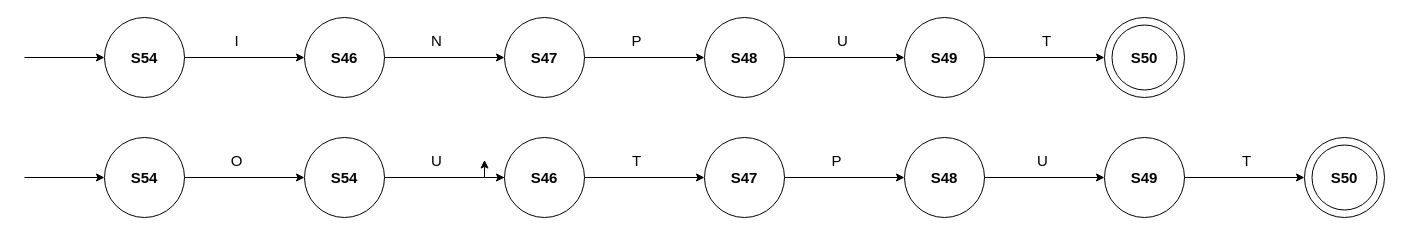
Before: i/oWords.drawio in MonaJea-Ng/Projects, a draw.io diagram. Source tidied: cells renumbered, new cells numbered last; positions are measured from the earlier drawing's top-left corner, leaving out a move shared by most shapes. Both pictures are drawn from the tidied source at 100%, with x=0, y=0 at pixel (24, 17).
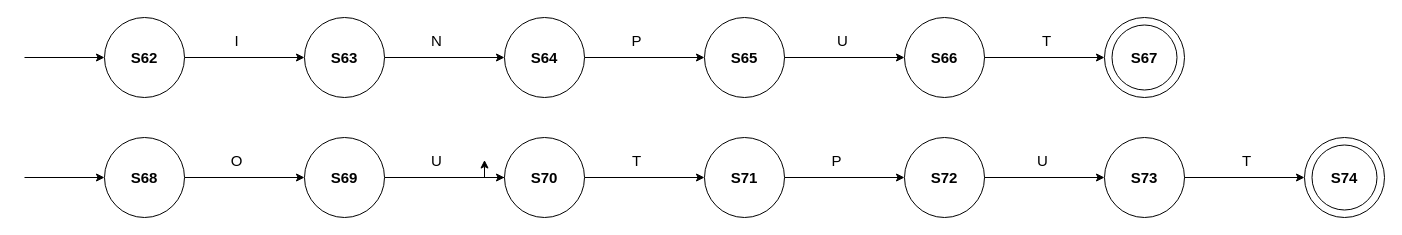
Above is the later version.

Diff of the diagram source:
```diff
@@
-    <mxCell id="6" value="&lt;b style=&quot;font-size: 15px;&quot;&gt;S48&lt;/b&gt;" style="text;html=1;strokeColor=none;fillColor=none;align=center;verticalAlign=middle;whiteSpace=wrap;rounded=0;fontSize=15;" parent="1" vertex="1">
+    <mxCell id="6" value="&lt;b style=&quot;font-size: 15px;&quot;&gt;S65&lt;/b&gt;" style="text;html=1;strokeColor=none;fillColor=none;align=center;verticalAlign=middle;whiteSpace=wrap;rounded=0;fontSize=15;" parent="1" vertex="1">
       <mxGeometry x="690" y="25" width="60" height="30" as="geometry" />
     </mxCell>
-    <mxCell id="7" value="&lt;b&gt;&lt;font style=&quot;font-size: 15px;&quot;&gt;S49&lt;/font&gt;&lt;/b&gt;" style="text;html=1;strokeColor=none;fillColor=none;align=center;verticalAlign=middle;whiteSpace=wrap;rounded=0;" parent="1" vertex="1">
+    <mxCell id="7" value="&lt;b&gt;&lt;font style=&quot;font-size: 15px;&quot;&gt;S66&lt;/font&gt;&lt;/b&gt;" style="text;html=1;strokeColor=none;fillColor=none;align=center;verticalAlign=middle;whiteSpace=wrap;rounded=0;" parent="1" vertex="1">
       <mxGeometry x="890" y="25" width="60" height="30" as="geometry" />
     </mxCell>
@@
-    <mxCell id="12" value="&lt;b&gt;&lt;font style=&quot;font-size: 15px;&quot;&gt;S50&lt;/font&gt;&lt;/b&gt;" style="text;html=1;strokeColor=none;fillColor=none;align=center;verticalAlign=middle;whiteSpace=wrap;rounded=0;" parent="1" vertex="1">
+    <mxCell id="12" value="&lt;b&gt;&lt;font style=&quot;font-size: 15px;&quot;&gt;S67&lt;/font&gt;&lt;/b&gt;" style="text;html=1;strokeColor=none;fillColor=none;align=center;verticalAlign=middle;whiteSpace=wrap;rounded=0;" parent="1" vertex="1">
       <mxGeometry x="1090" y="25" width="60" height="30" as="geometry" />
     </mxCell>
@@
-    <mxCell id="16" value="&lt;b style=&quot;font-size: 15px;&quot;&gt;S47&lt;/b&gt;" style="text;html=1;strokeColor=none;fillColor=none;align=center;verticalAlign=middle;whiteSpace=wrap;rounded=0;fontSize=15;" parent="1" vertex="1">
+    <mxCell id="16" value="&lt;b style=&quot;font-size: 15px;&quot;&gt;S64&lt;/b&gt;" style="text;html=1;strokeColor=none;fillColor=none;align=center;verticalAlign=middle;whiteSpace=wrap;rounded=0;fontSize=15;" parent="1" vertex="1">
       <mxGeometry x="490" y="25" width="60" height="30" as="geometry" />
     </mxCell>
@@
-    <mxCell id="19" value="&lt;b style=&quot;font-size: 15px;&quot;&gt;S46&lt;/b&gt;" style="text;html=1;strokeColor=none;fillColor=none;align=center;verticalAlign=middle;whiteSpace=wrap;rounded=0;fontSize=15;" parent="1" vertex="1">
+    <mxCell id="19" value="&lt;b style=&quot;font-size: 15px;&quot;&gt;S63&lt;/b&gt;" style="text;html=1;strokeColor=none;fillColor=none;align=center;verticalAlign=middle;whiteSpace=wrap;rounded=0;fontSize=15;" parent="1" vertex="1">
       <mxGeometry x="290" y="25" width="60" height="30" as="geometry" />
     </mxCell>
@@
-    <mxCell id="24" value="&lt;b style=&quot;font-size: 15px;&quot;&gt;S54&lt;/b&gt;" style="text;html=1;strokeColor=none;fillColor=none;align=center;verticalAlign=middle;whiteSpace=wrap;rounded=0;fontSize=15;" parent="1" vertex="1">
+    <mxCell id="24" value="&lt;b style=&quot;font-size: 15px;&quot;&gt;S62&lt;/b&gt;" style="text;html=1;strokeColor=none;fillColor=none;align=center;verticalAlign=middle;whiteSpace=wrap;rounded=0;fontSize=15;" parent="1" vertex="1">
       <mxGeometry x="90" y="25" width="60" height="30" as="geometry" />
     </mxCell>
@@
-    <mxCell id="30" value="&lt;b style=&quot;font-size: 15px;&quot;&gt;S48&lt;/b&gt;" style="text;html=1;strokeColor=none;fillColor=none;align=center;verticalAlign=middle;whiteSpace=wrap;rounded=0;fontSize=15;" parent="1" vertex="1">
+    <mxCell id="30" value="&lt;b style=&quot;font-size: 15px;&quot;&gt;S72&lt;/b&gt;" style="text;html=1;strokeColor=none;fillColor=none;align=center;verticalAlign=middle;whiteSpace=wrap;rounded=0;fontSize=15;" parent="1" vertex="1">
       <mxGeometry x="890" y="145" width="60" height="30" as="geometry" />
     </mxCell>
-    <mxCell id="31" value="&lt;b&gt;&lt;font style=&quot;font-size: 15px;&quot;&gt;S49&lt;/font&gt;&lt;/b&gt;" style="text;html=1;strokeColor=none;fillColor=none;align=center;verticalAlign=middle;whiteSpace=wrap;rounded=0;" parent="1" vertex="1">
+    <mxCell id="31" value="&lt;b&gt;&lt;font style=&quot;font-size: 15px;&quot;&gt;S73&lt;/font&gt;&lt;/b&gt;" style="text;html=1;strokeColor=none;fillColor=none;align=center;verticalAlign=middle;whiteSpace=wrap;rounded=0;" parent="1" vertex="1">
       <mxGeometry x="1090" y="145" width="60" height="30" as="geometry" />
     </mxCell>
@@
-    <mxCell id="36" value="&lt;b&gt;&lt;font style=&quot;font-size: 15px;&quot;&gt;S50&lt;/font&gt;&lt;/b&gt;" style="text;html=1;strokeColor=none;fillColor=none;align=center;verticalAlign=middle;whiteSpace=wrap;rounded=0;" parent="1" vertex="1">
+    <mxCell id="36" value="&lt;b&gt;&lt;font style=&quot;font-size: 15px;&quot;&gt;S74&lt;/font&gt;&lt;/b&gt;" style="text;html=1;strokeColor=none;fillColor=none;align=center;verticalAlign=middle;whiteSpace=wrap;rounded=0;" parent="1" vertex="1">
       <mxGeometry x="1290" y="145" width="60" height="30" as="geometry" />
     </mxCell>
@@
-    <mxCell id="40" value="&lt;b style=&quot;font-size: 15px;&quot;&gt;S47&lt;/b&gt;" style="text;html=1;strokeColor=none;fillColor=none;align=center;verticalAlign=middle;whiteSpace=wrap;rounded=0;fontSize=15;" parent="1" vertex="1">
+    <mxCell id="40" value="&lt;b style=&quot;font-size: 15px;&quot;&gt;S71&lt;/b&gt;" style="text;html=1;strokeColor=none;fillColor=none;align=center;verticalAlign=middle;whiteSpace=wrap;rounded=0;fontSize=15;" parent="1" vertex="1">
       <mxGeometry x="690" y="145" width="60" height="30" as="geometry" />
     </mxCell>
@@
-    <mxCell id="44" value="&lt;b style=&quot;font-size: 15px;&quot;&gt;S46&lt;/b&gt;" style="text;html=1;strokeColor=none;fillColor=none;align=center;verticalAlign=middle;whiteSpace=wrap;rounded=0;fontSize=15;" parent="1" vertex="1">
+    <mxCell id="44" value="&lt;b style=&quot;font-size: 15px;&quot;&gt;S70&lt;/b&gt;" style="text;html=1;strokeColor=none;fillColor=none;align=center;verticalAlign=middle;whiteSpace=wrap;rounded=0;fontSize=15;" parent="1" vertex="1">
       <mxGeometry x="490" y="145" width="60" height="30" as="geometry" />
     </mxCell>
@@
-    <mxCell id="48" value="&lt;b style=&quot;font-size: 15px;&quot;&gt;S54&lt;/b&gt;" style="text;html=1;strokeColor=none;fillColor=none;align=center;verticalAlign=middle;whiteSpace=wrap;rounded=0;fontSize=15;" parent="1" vertex="1">
+    <mxCell id="48" value="&lt;b style=&quot;font-size: 15px;&quot;&gt;S69&lt;/b&gt;" style="text;html=1;strokeColor=none;fillColor=none;align=center;verticalAlign=middle;whiteSpace=wrap;rounded=0;fontSize=15;" parent="1" vertex="1">
       <mxGeometry x="290" y="145" width="60" height="30" as="geometry" />
     </mxCell>
@@
-    <mxCell id="53" value="&lt;b style=&quot;font-size: 15px;&quot;&gt;S54&lt;/b&gt;" style="text;html=1;strokeColor=none;fillColor=none;align=center;verticalAlign=middle;whiteSpace=wrap;rounded=0;fontSize=15;" parent="1" vertex="1">
+    <mxCell id="53" value="&lt;b style=&quot;font-size: 15px;&quot;&gt;S68&lt;/b&gt;" style="text;html=1;strokeColor=none;fillColor=none;align=center;verticalAlign=middle;whiteSpace=wrap;rounded=0;fontSize=15;" parent="1" vertex="1">
       <mxGeometry x="90" y="145" width="60" height="30" as="geometry" />
     </mxCell>
```
